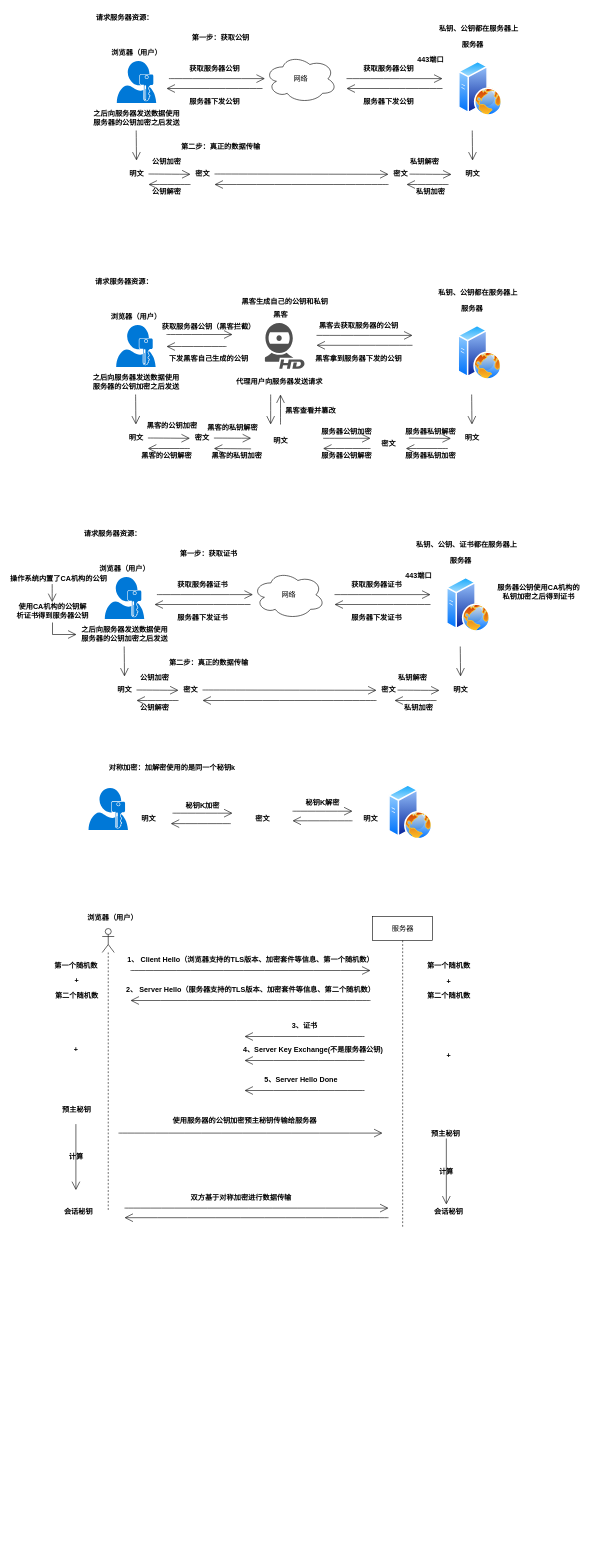
Before: 高级/HTTP和HTTPS.drawio in Chaimek/LearnPictures, a draw.io diagram. Source tidied: cells renumbered, new cells numbered last; positions are measured from the earlier drawing's top-left corner, leaving out a move shared by most shapes. Both pictures are drawn from the tidied source at 60%, with x=0, y=0 at pixel (28, 10).
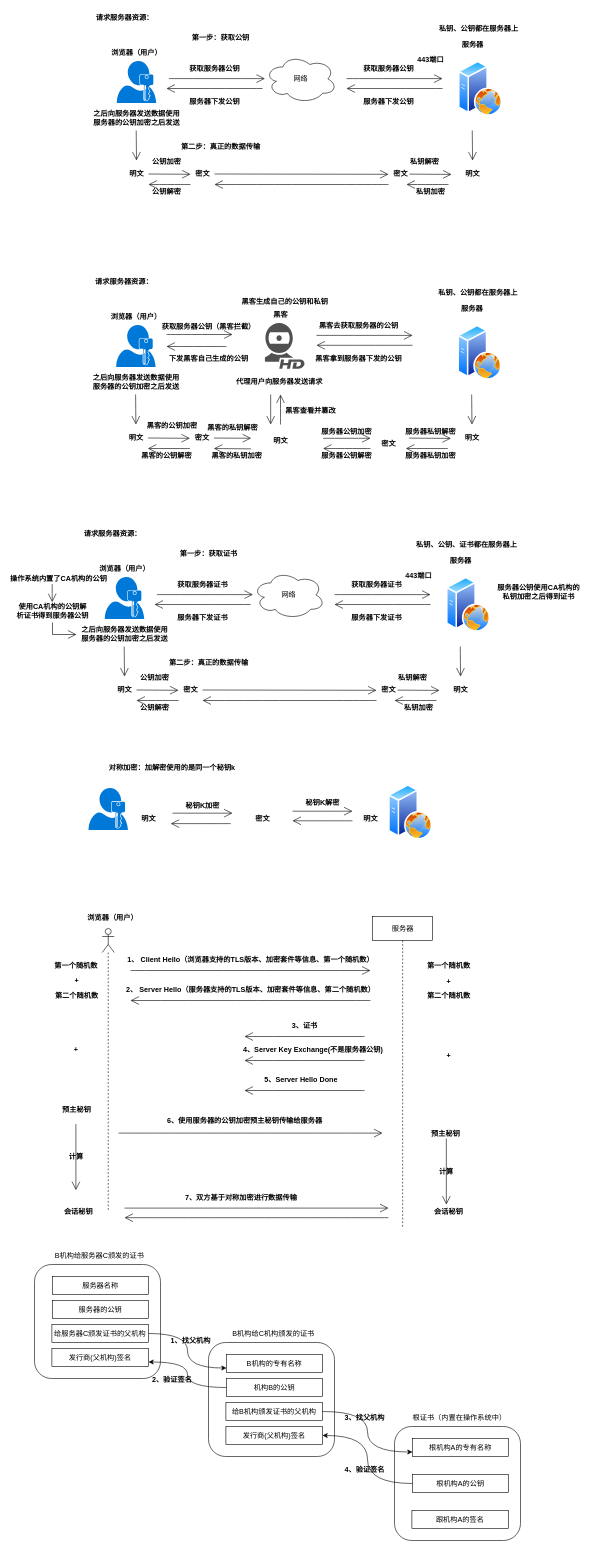
The same diagram, later.

Change to the diagram source:
```diff
@@
-    <mxCell id="156" value="使用服务器的公钥加密预主秘钥传输给服务器" style="text;align=center;fontStyle=1;verticalAlign=middle;spacingLeft=3;spacingRight=3;strokeColor=none;html=1;" parent="1" vertex="1">
+    <mxCell id="156" value="6、使用服务器的公钥加密预主秘钥传输给服务器" style="text;align=center;fontStyle=1;verticalAlign=middle;spacingLeft=3;spacingRight=3;strokeColor=none;html=1;" parent="1" vertex="1">
       <mxGeometry x="210" y="1837" width="300" height="26" as="geometry" />
     </mxCell>
@@
-    <mxCell id="159" value="双方基于对称加密进行数据传输" style="text;align=center;fontStyle=1;verticalAlign=middle;spacingLeft=3;spacingRight=3;strokeColor=none;html=1;" parent="1" vertex="1">
+    <mxCell id="159" value="7、双方基于对称加密进行数据传输" style="text;align=center;fontStyle=1;verticalAlign=middle;spacingLeft=3;spacingRight=3;strokeColor=none;html=1;" parent="1" vertex="1">
       <mxGeometry x="314" y="1966" width="80" height="26" as="geometry" />
     </mxCell>
@@
+    <mxCell id="168" style="rounded=1;whiteSpace=wrap;html=1;" parent="1" vertex="1">
+      <mxGeometry x="10" y="2090" width="210" height="190" as="geometry" />
+    </mxCell>
+    <mxCell id="169" value="服务器名称" style="rounded=0;whiteSpace=wrap;html=1;" parent="1" vertex="1">
+      <mxGeometry x="40" y="2110" width="160" height="30" as="geometry" />
+    </mxCell>
+    <mxCell id="170" value="服务器的公钥" style="rounded=0;whiteSpace=wrap;html=1;" parent="1" vertex="1">
+      <mxGeometry x="40" y="2150" width="160" height="30" as="geometry" />
+    </mxCell>
+    <mxCell id="171" value="给服务器C颁发证书的父机构" style="rounded=0;whiteSpace=wrap;html=1;" parent="1" vertex="1">
+      <mxGeometry x="39" y="2190" width="161" height="30" as="geometry" />
+    </mxCell>
+    <mxCell id="172" value="发行商(父机构)签名" style="rounded=0;whiteSpace=wrap;html=1;" parent="1" vertex="1">
+      <mxGeometry x="39" y="2230" width="161" height="30" as="geometry" />
+    </mxCell>
+    <mxCell id="173" value="B机构给服务器C颁发的证书" style="text;html=1;strokeColor=none;fillColor=none;align=center;verticalAlign=middle;whiteSpace=wrap;rounded=0;" parent="1" vertex="1">
+      <mxGeometry x="38" y="2060" width="161" height="30" as="geometry" />
+    </mxCell>
+    <mxCell id="174" style="rounded=1;whiteSpace=wrap;html=1;" parent="1" vertex="1">
+      <mxGeometry x="300" y="2220" width="210" height="190" as="geometry" />
+    </mxCell>
+    <mxCell id="175" value="B机构的专有名称" style="rounded=0;whiteSpace=wrap;html=1;" parent="1" vertex="1">
+      <mxGeometry x="330" y="2240" width="160" height="30" as="geometry" />
+    </mxCell>
+    <mxCell id="176" style="edgeStyle=orthogonalEdgeStyle;curved=1;rounded=0;jettySize=auto;html=1;exitX=0;exitY=0.5;exitDx=0;exitDy=0;entryX=1;entryY=0.75;entryDx=0;entryDy=0;" parent="1" edge="1" source="177" target="172">
+      <mxGeometry relative="1" as="geometry" />
+    </mxCell>
+    <mxCell id="177" value="机构B的公钥" style="rounded=0;whiteSpace=wrap;html=1;" parent="1" vertex="1">
+      <mxGeometry x="330" y="2280" width="160" height="30" as="geometry" />
+    </mxCell>
+    <mxCell id="178" value="给B机构颁发证书的父机构" style="rounded=0;whiteSpace=wrap;html=1;" parent="1" vertex="1">
+      <mxGeometry x="329" y="2320" width="161" height="30" as="geometry" />
+    </mxCell>
+    <mxCell id="179" value="发行商(父机构)签名" style="rounded=0;whiteSpace=wrap;html=1;" parent="1" vertex="1">
+      <mxGeometry x="329" y="2360" width="161" height="30" as="geometry" />
+    </mxCell>
+    <mxCell id="180" value="B机构给C机构颁发的证书" style="text;html=1;strokeColor=none;fillColor=none;align=center;verticalAlign=middle;whiteSpace=wrap;rounded=0;" parent="1" vertex="1">
+      <mxGeometry x="328" y="2190" width="161" height="30" as="geometry" />
+    </mxCell>
+    <mxCell id="181" style="rounded=1;whiteSpace=wrap;html=1;" parent="1" vertex="1">
+      <mxGeometry x="610" y="2360" width="210" height="190" as="geometry" />
+    </mxCell>
+    <mxCell id="182" value="根机构A的专有名称" style="rounded=0;whiteSpace=wrap;html=1;" parent="1" vertex="1">
+      <mxGeometry x="640" y="2380" width="160" height="30" as="geometry" />
+    </mxCell>
+    <mxCell id="183" style="edgeStyle=orthogonalEdgeStyle;curved=1;rounded=0;jettySize=auto;html=1;exitX=0;exitY=0.5;exitDx=0;exitDy=0;entryX=1;entryY=0.5;entryDx=0;entryDy=0;" parent="1" edge="1" source="184" target="179">
+      <mxGeometry relative="1" as="geometry" />
+    </mxCell>
+    <mxCell id="184" value="根机构A的公钥" style="rounded=0;whiteSpace=wrap;html=1;" parent="1" vertex="1">
+      <mxGeometry x="640" y="2440" width="160" height="30" as="geometry" />
+    </mxCell>
+    <mxCell id="185" value="跟机构A的签名" style="rounded=0;whiteSpace=wrap;html=1;" parent="1" vertex="1">
+      <mxGeometry x="639" y="2500" width="161" height="30" as="geometry" />
+    </mxCell>
+    <mxCell id="186" value="根证书（内置在操作系统中）" style="text;html=1;strokeColor=none;fillColor=none;align=center;verticalAlign=middle;whiteSpace=wrap;rounded=0;" parent="1" vertex="1">
+      <mxGeometry x="638" y="2330" width="161" height="30" as="geometry" />
+    </mxCell>
+    <mxCell id="187" style="edgeStyle=orthogonalEdgeStyle;curved=1;rounded=0;jettySize=auto;html=1;exitX=1;exitY=0.5;exitDx=0;exitDy=0;entryX=0;entryY=0.75;entryDx=0;entryDy=0;" parent="1" edge="1" source="178" target="182">
+      <mxGeometry relative="1" as="geometry" />
+    </mxCell>
+    <mxCell id="188" style="edgeStyle=orthogonalEdgeStyle;curved=1;rounded=0;jettySize=auto;html=1;exitX=1;exitY=0.5;exitDx=0;exitDy=0;entryX=0;entryY=0.75;entryDx=0;entryDy=0;" parent="1" edge="1" source="171" target="175">
+      <mxGeometry relative="1" as="geometry" />
+    </mxCell>
+    <mxCell id="189" value="2、验证签名" style="text;align=center;fontStyle=1;verticalAlign=middle;spacingLeft=3;spacingRight=3;strokeColor=none;html=1;" parent="1" vertex="1">
+      <mxGeometry x="199" y="2270" width="80" height="26" as="geometry" />
+    </mxCell>
+    <mxCell id="190" value="4、验证签名" style="text;align=center;fontStyle=1;verticalAlign=middle;spacingLeft=3;spacingRight=3;strokeColor=none;html=1;" parent="1" vertex="1">
+      <mxGeometry x="520" y="2420" width="80" height="26" as="geometry" />
+    </mxCell>
+    <mxCell id="191" value="1、找父机构" style="text;align=center;fontStyle=1;verticalAlign=middle;spacingLeft=3;spacingRight=3;strokeColor=none;html=1;" parent="1" vertex="1">
+      <mxGeometry x="230" y="2204" width="80" height="26" as="geometry" />
+    </mxCell>
+    <mxCell id="192" value="3、找父机构" style="text;align=center;fontStyle=1;verticalAlign=middle;spacingLeft=3;spacingRight=3;strokeColor=none;html=1;" parent="1" vertex="1">
+      <mxGeometry x="520" y="2332" width="80" height="26" as="geometry" />
+    </mxCell>
```
